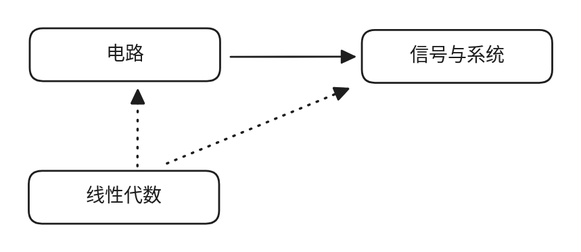
Before: .gitbook/assets/file.excalidraw.svg, a diagram exported from Excalidraw (CharlesShan-hub/PKM-BOOK). Source tidied: one line per element, renumbered; positions are measured from the earlier drawing's top-left corner, leaving out a move shared by most shapes.
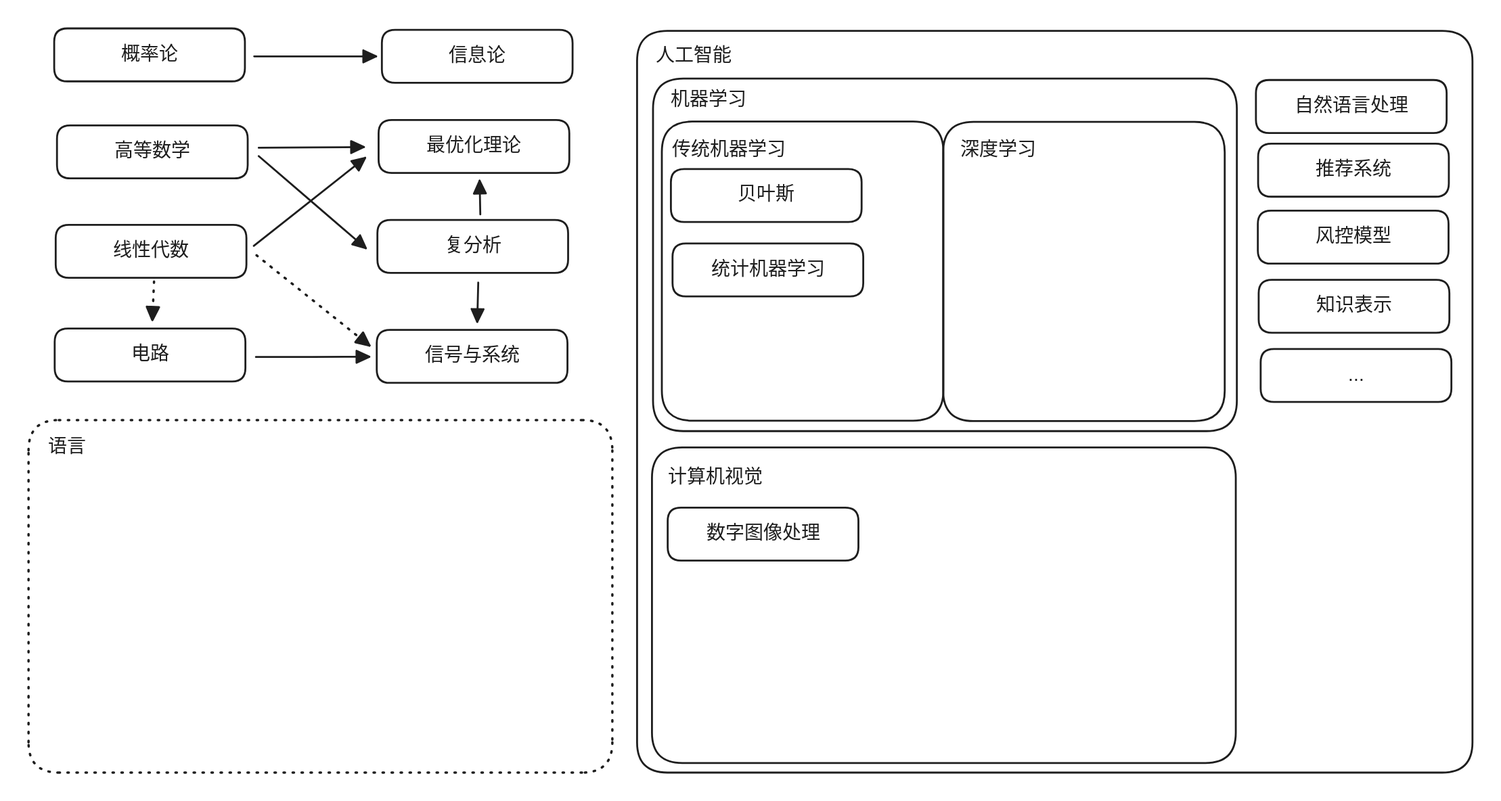
After the change.

Change to the diagram source:
```diff
@@ -1,9 +1,53 @@
-{"id": 0, "type": "rectangle", "strokeColor": "#1e1e1e", "strokeWidth": 2, "roughness": 0, "round": true, "x": 0, "y": 151, "width": 201, "height": 56}
+{"id": 0, "type": "rectangle", "strokeColor": "#1e1e1e", "strokeWidth": 2, "roughness": 0, "round": true, "x": 9, "y": 34, "width": 201, "height": 56}
-{"id": 1, "type": "text", "text": "线性代数", "strokeColor": "#1e1e1e", "strokeWidth": 2, "roughness": 1, "fontSize": 20, "fontFamily": 1, "textAlign": "center", "verticalAlign": "middle", "inside": 0, "x": 61, "y": 166, "width": 80, "height": 25}
+{"id": 1, "type": "text", "text": "线性代数", "strokeColor": "#1e1e1e", "strokeWidth": 2, "roughness": 1, "fontSize": 20, "fontFamily": 1, "textAlign": "center", "verticalAlign": "middle", "inside": 0, "x": 70, "y": 49, "width": 80, "height": 25}
-{"id": 2, "type": "rectangle", "strokeColor": "#1e1e1e", "strokeWidth": 2, "roughness": 0, "round": true, "x": 352, "y": 2, "width": 201, "height": 56}
+{"id": 2, "type": "rectangle", "strokeColor": "#1e1e1e", "strokeWidth": 2, "roughness": 0, "round": true, "x": 348, "y": 145, "width": 201, "height": 56}
-{"id": 3, "type": "text", "text": "信号与系统", "strokeColor": "#1e1e1e", "strokeWidth": 2, "roughness": 1, "fontSize": 20, "fontFamily": 1, "textAlign": "center", "verticalAlign": "middle", "inside": 2, "x": 403, "y": 17, "width": 100, "height": 25}
+{"id": 3, "type": "text", "text": "信号与系统", "strokeColor": "#1e1e1e", "strokeWidth": 2, "roughness": 1, "fontSize": 20, "fontFamily": 1, "textAlign": "center", "verticalAlign": "middle", "inside": 2, "x": 399, "y": 160, "width": 100, "height": 25}
-{"id": 4, "type": "rectangle", "strokeColor": "#1e1e1e", "strokeWidth": 2, "roughness": 0, "round": true, "x": 1, "y": 0, "width": 201, "height": 56}
+{"id": 4, "type": "rectangle", "strokeColor": "#1e1e1e", "strokeWidth": 2, "roughness": 0, "round": true, "x": 8, "y": 144, "width": 201, "height": 56}
-{"id": 5, "type": "text", "text": "电路", "strokeColor": "#1e1e1e", "strokeWidth": 2, "roughness": 1, "fontSize": 20, "fontFamily": 1, "textAlign": "center", "verticalAlign": "middle", "inside": 4, "x": 82, "y": 15, "width": 40, "height": 25}
+{"id": 5, "type": "text", "text": "电路", "strokeColor": "#1e1e1e", "strokeWidth": 2, "roughness": 1, "fontSize": 20, "fontFamily": 1, "textAlign": "center", "verticalAlign": "middle", "inside": 4, "x": 89, "y": 159, "width": 40, "height": 25}
-{"id": 6, "type": "arrow", "strokeColor": "#1e1e1e", "strokeWidth": 2, "roughness": 0, "endArrowhead": "triangle", "round": true, "from": 4, "to": 2, "x": 213, "y": 30, "width": 131, "height": 0, "points": [[0, 0], [131, 0]]}
+{"id": 6, "type": "arrow", "strokeColor": "#1e1e1e", "strokeWidth": 2, "roughness": 0, "endArrowhead": "triangle", "round": true, "from": 4, "to": 2, "x": 221, "y": 174, "width": 120, "height": 0, "points": [[0, 0], [120, 0]]}
-{"id": 7, "type": "arrow", "strokeColor": "#1e1e1e", "strokeWidth": 2, "strokeStyle": "dotted", "roughness": 0, "endArrowhead": "triangle", "round": true, "from": 0, "to": 4, "x": 115, "y": 146, "width": 0, "height": 80, "points": [[0, 0], [0, -80]]}
+{"id": 7, "type": "arrow", "strokeColor": "#1e1e1e", "strokeWidth": 2, "strokeStyle": "dotted", "roughness": 0, "endArrowhead": "triangle", "round": true, "from": 0, "to": 4, "x": 113, "y": 94, "width": 2, "height": 40, "points": [[0, 0], [-2, 40]]}
-{"id": 8, "type": "arrow", "strokeColor": "#1e1e1e", "strokeWidth": 2, "strokeStyle": "dotted", "roughness": 0, "endArrowhead": "triangle", "round": true, "from": 0, "to": 2, "x": 146, "y": 143, "width": 191, "height": 79, "points": [[0, 0], [191, -79]]}
+{"id": 8, "type": "arrow", "strokeColor": "#1e1e1e", "strokeWidth": 2, "strokeStyle": "dotted", "roughness": 0, "endArrowhead": "triangle", "round": true, "from": 0, "to": 2, "x": 221, "y": 66, "width": 119, "height": 95, "points": [[0, 0], [119, 95]]}
+{"id": 9, "type": "rectangle", "strokeColor": "#1e1e1e", "strokeWidth": 2, "roughness": 0, "round": true, "x": 11, "y": -71, "width": 201, "height": 56}
+{"id": 10, "type": "text", "text": "高等数学", "strokeColor": "#1e1e1e", "strokeWidth": 2, "roughness": 1, "fontSize": 20, "fontFamily": 1, "textAlign": "center", "verticalAlign": "middle", "inside": 9, "x": 71, "y": -55, "width": 80, "height": 25}
+{"id": 11, "type": "rectangle", "strokeColor": "#1e1e1e", "strokeWidth": 2, "roughness": 0, "round": true, "x": 349, "y": 29, "width": 201, "height": 56}
+{"id": 12, "type": "text", "text": "复分析", "strokeColor": "#1e1e1e", "strokeWidth": 2, "roughness": 1, "fontSize": 20, "fontFamily": 1, "textAlign": "center", "verticalAlign": "middle", "inside": 11, "x": 420, "y": 44, "width": 60, "height": 25}
+{"id": 13, "type": "rectangle", "strokeColor": "#1e1e1e", "strokeWidth": 2, "roughness": 0, "round": true, "x": 8, "y": -173, "width": 201, "height": 56}
+{"id": 14, "type": "text", "text": "概率论", "strokeColor": "#1e1e1e", "strokeWidth": 2, "roughness": 1, "fontSize": 20, "fontFamily": 1, "textAlign": "center", "verticalAlign": "middle", "inside": 13, "x": 78, "y": -158, "width": 60, "height": 25}
+{"id": 15, "type": "arrow", "strokeColor": "#1e1e1e", "strokeWidth": 2, "roughness": 0, "endArrowhead": "triangle", "round": true, "from": 9, "to": 11, "x": 224, "y": -39, "width": 113, "height": 97, "points": [[0, 0], [113, 97]]}
+{"id": 16, "type": "arrow", "strokeColor": "#1e1e1e", "strokeWidth": 2, "roughness": 0, "endArrowhead": "triangle", "round": true, "from": 11, "to": 2, "x": 455, "y": 95, "width": 1, "height": 42, "points": [[0, 0], [-1, 42]]}
+{"id": 17, "type": "rectangle", "strokeColor": "#1e1e1e", "strokeWidth": 2, "roughness": 0, "round": true, "x": 350, "y": -77, "width": 201, "height": 56}
+{"id": 18, "type": "text", "text": "最优化理论", "strokeColor": "#1e1e1e", "strokeWidth": 2, "roughness": 1, "fontSize": 20, "fontFamily": 1, "textAlign": "center", "verticalAlign": "middle", "inside": 17, "x": 401, "y": -61, "width": 100, "height": 25}
+{"id": 19, "type": "arrow", "strokeColor": "#1e1e1e", "strokeWidth": 2, "roughness": 0, "endArrowhead": "triangle", "round": true, "from": 9, "to": 17, "x": 224, "y": -47, "width": 111, "height": 1, "points": [[0, 0], [111, -1]]}
+{"id": 20, "type": "arrow", "strokeColor": "#1e1e1e", "strokeWidth": 2, "roughness": 0, "endArrowhead": "triangle", "round": true, "from": 0, "to": 17, "x": 219, "y": 56, "width": 118, "height": 93, "points": [[0, 0], [118, -93]]}
+{"id": 21, "type": "rectangle", "strokeColor": "#1e1e1e", "strokeWidth": 2, "roughness": 0, "round": true, "x": 640, "y": -120, "width": 616, "height": 372}
+{"id": 22, "type": "text", "text": "传统机器学习", "strokeColor": "#1e1e1e", "strokeWidth": 2, "roughness": 1, "fontSize": 20, "fontFamily": 1, "x": 660, "y": -57, "width": 120, "height": 25}
+{"id": 23, "type": "text", "text": "深度学习", "strokeColor": "#1e1e1e", "strokeWidth": 2, "roughness": 1, "fontSize": 20, "fontFamily": 1, "x": 964, "y": -57, "width": 80, "height": 25}
+{"id": 24, "type": "arrow", "strokeColor": "#1e1e1e", "strokeWidth": 2, "roughness": 0, "endArrowhead": "triangle", "round": true, "from": 11, "to": 17, "x": 458, "y": 23, "width": 1, "height": 36, "points": [[0, 0], [-1, -36]]}
+{"id": 25, "type": "rectangle", "strokeColor": "#1e1e1e", "strokeWidth": 2, "roughness": 0, "round": true, "x": 354, "y": -172, "width": 201, "height": 56}
+{"id": 26, "type": "text", "text": "信息论", "strokeColor": "#1e1e1e", "strokeWidth": 2, "roughness": 1, "fontSize": 20, "fontFamily": 1, "textAlign": "center", "verticalAlign": "middle", "inside": 25, "x": 424, "y": -156, "width": 60, "height": 25}
+{"id": 27, "type": "arrow", "strokeColor": "#1e1e1e", "strokeWidth": 2, "roughness": 0, "endArrowhead": "triangle", "round": true, "from": 13, "to": 25, "x": 219, "y": -144, "width": 129, "height": 0, "points": [[0, 0], [129, 0]]}
+{"id": 28, "type": "text", "text": "机器学习", "strokeColor": "#1e1e1e", "strokeWidth": 2, "roughness": 1, "fontSize": 20, "fontFamily": 1, "x": 659, "y": -110, "width": 80, "height": 25}
+{"id": 29, "type": "rectangle", "strokeColor": "#1e1e1e", "strokeWidth": 2, "roughness": 0, "round": true, "x": 649, "y": -75, "width": 297, "height": 316}
+{"id": 30, "type": "rectangle", "strokeColor": "#1e1e1e", "strokeWidth": 2, "roughness": 0, "round": true, "x": 659, "y": -25, "width": 201, "height": 56}
+{"id": 31, "type": "text", "text": "贝叶斯", "strokeColor": "#1e1e1e", "strokeWidth": 2, "roughness": 1, "fontSize": 20, "fontFamily": 1, "textAlign": "center", "verticalAlign": "middle", "inside": 30, "x": 729, "y": -9, "width": 60, "height": 25}
+{"id": 32, "type": "rectangle", "strokeColor": "#1e1e1e", "strokeWidth": 2, "roughness": 0, "round": true, "x": 660, "y": 54, "width": 201, "height": 56}
+{"id": 33, "type": "text", "text": "统计机器学习", "strokeColor": "#1e1e1e", "strokeWidth": 2, "roughness": 1, "fontSize": 20, "fontFamily": 1, "textAlign": "center", "verticalAlign": "middle", "inside": 32, "x": 701, "y": 69, "width": 120, "height": 25}
+{"id": 34, "type": "rectangle", "strokeColor": "#1e1e1e", "strokeWidth": 2, "roughness": 0, "round": true, "x": 639, "y": 269, "width": 616, "height": 333}
+{"id": 35, "type": "rectangle", "strokeColor": "#1e1e1e", "strokeWidth": 2, "strokeStyle": "dotted", "roughness": 0, "round": true, "x": -19, "y": 240, "width": 616, "height": 372}
+{"id": 36, "type": "text", "text": "语言", "strokeColor": "#1e1e1e", "strokeWidth": 2, "roughness": 1, "fontSize": 20, "fontFamily": 1, "x": 1, "y": 257, "width": 40, "height": 25}
+{"id": 37, "type": "text", "text": "计算机视觉", "strokeColor": "#1e1e1e", "strokeWidth": 2, "roughness": 1, "fontSize": 20, "fontFamily": 1, "x": 655, "y": 289, "width": 100, "height": 25}
+{"id": 38, "type": "rectangle", "strokeColor": "#1e1e1e", "strokeWidth": 2, "roughness": 0, "round": true, "x": 655, "y": 333, "width": 201, "height": 56}
+{"id": 39, "type": "text", "text": "数字图像处理", "strokeColor": "#1e1e1e", "strokeWidth": 2, "roughness": 1, "fontSize": 20, "fontFamily": 1, "textAlign": "center", "verticalAlign": "middle", "inside": 38, "x": 696, "y": 348, "width": 120, "height": 25}
+{"id": 40, "type": "rectangle", "strokeColor": "#1e1e1e", "strokeWidth": 2, "roughness": 0, "round": true, "x": 623, "y": -171, "width": 882, "height": 783}
+{"id": 41, "type": "text", "text": "人工智能", "strokeColor": "#1e1e1e", "strokeWidth": 2, "roughness": 1, "fontSize": 20, "fontFamily": 1, "x": 643, "y": -156, "width": 80, "height": 25}
+{"id": 42, "type": "rectangle", "strokeColor": "#1e1e1e", "strokeWidth": 2, "roughness": 0, "round": true, "x": 946, "y": -75, "width": 297, "height": 316}
+{"id": 43, "type": "rectangle", "strokeColor": "#1e1e1e", "strokeWidth": 2, "roughness": 0, "round": true, "x": 1276, "y": -119, "width": 201, "height": 56}
+{"id": 44, "type": "text", "text": "自然语言处理", "strokeColor": "#1e1e1e", "strokeWidth": 2, "roughness": 1, "fontSize": 20, "fontFamily": 1, "textAlign": "center", "verticalAlign": "middle", "inside": 43, "x": 1317, "y": -103, "width": 120, "height": 25}
+{"id": 45, "type": "rectangle", "strokeColor": "#1e1e1e", "strokeWidth": 2, "roughness": 0, "round": true, "x": 1279, "y": -52, "width": 201, "height": 56}
+{"id": 46, "type": "text", "text": "推荐系统", "strokeColor": "#1e1e1e", "strokeWidth": 2, "roughness": 1, "fontSize": 20, "fontFamily": 1, "textAlign": "center", "verticalAlign": "middle", "inside": 45, "x": 1339, "y": -36, "width": 80, "height": 25}
+{"id": 47, "type": "rectangle", "strokeColor": "#1e1e1e", "strokeWidth": 2, "roughness": 0, "round": true, "x": 1278, "y": 19, "width": 201, "height": 56}
+{"id": 48, "type": "text", "text": "风控模型", "strokeColor": "#1e1e1e", "strokeWidth": 2, "roughness": 1, "fontSize": 20, "fontFamily": 1, "textAlign": "center", "verticalAlign": "middle", "inside": 47, "x": 1339, "y": 35, "width": 80, "height": 25}
+{"id": 49, "type": "rectangle", "strokeColor": "#1e1e1e", "strokeWidth": 2, "roughness": 0, "round": true, "x": 1279, "y": 92, "width": 201, "height": 56}
+{"id": 50, "type": "text", "text": "知识表示", "strokeColor": "#1e1e1e", "strokeWidth": 2, "roughness": 1, "fontSize": 20, "fontFamily": 1, "textAlign": "center", "verticalAlign": "middle", "inside": 49, "x": 1340, "y": 108, "width": 80, "height": 25}
+{"id": 51, "type": "rectangle", "strokeColor": "#1e1e1e", "strokeWidth": 2, "roughness": 0, "round": true, "x": 1281, "y": 165, "width": 201, "height": 56}
+{"id": 52, "type": "text", "text": "...", "strokeColor": "#1e1e1e", "strokeWidth": 2, "roughness": 1, "fontSize": 20, "fontFamily": 1, "textAlign": "center", "verticalAlign": "middle", "inside": 51, "x": 1374, "y": 181, "width": 16, "height": 25}
```
